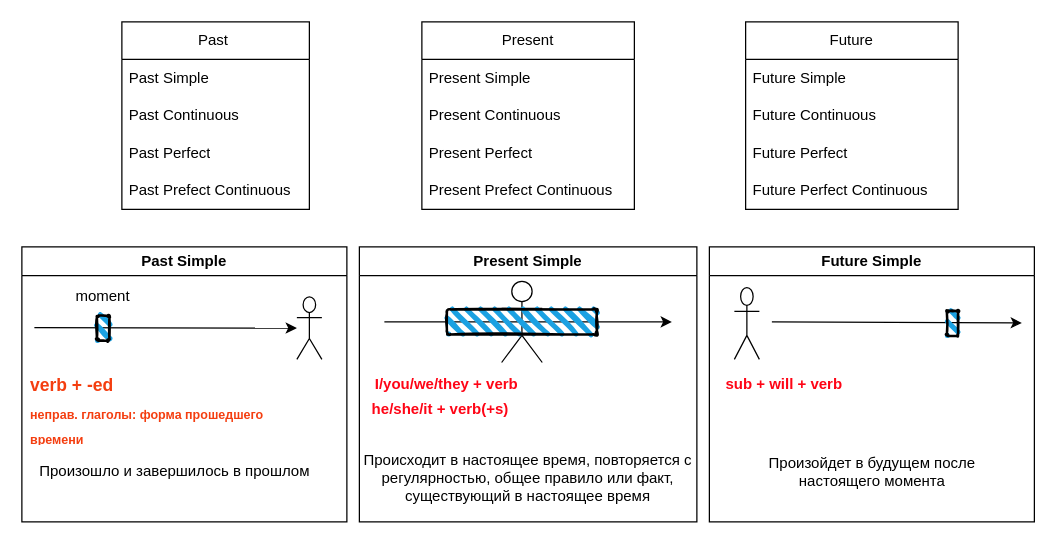
Above: Времена в английском.drawio in FeraVerto/english (draw.io), before the change. Source tidied: cells renumbered, new cells numbered last; positions are measured from the earlier drawing's top-left corner, leaving out a move shared by most shapes. Both pictures are drawn from the tidied source at 125%, with x=0, y=0 at pixel (21, 21).
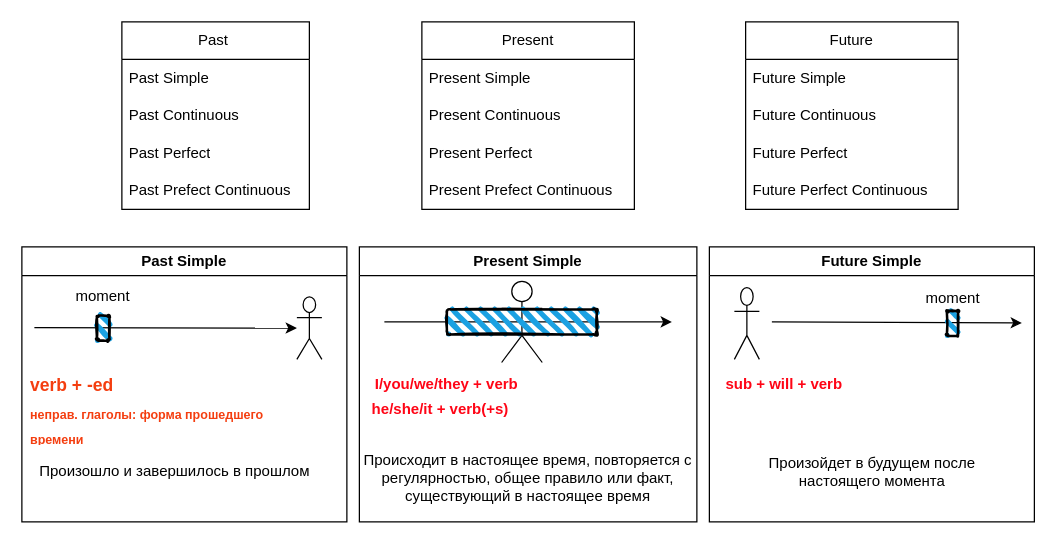
After the change.

Unchanged cells that the change refers to:
```xml
<mxCell id="30" value="Future Simple" style="swimlane;whiteSpace=wrap;html=1;" parent="1" vertex="1">
  <mxGeometry x="550" y="180" width="260" height="220" as="geometry" />
</mxCell>
```

Diff of the diagram source:
```diff
@@
+    <mxCell id="38" value="moment" style="text;html=1;strokeColor=none;fillColor=none;align=center;verticalAlign=middle;whiteSpace=wrap;overflow=hidden;" parent="30" vertex="1">
+      <mxGeometry x="154.5" y="31.2" width="80" height="20" as="geometry" />
+    </mxCell>
```
